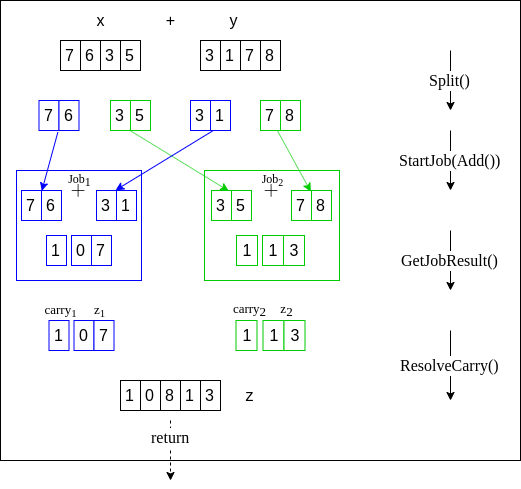
Earlier version of the draw.io export src/resources/img/ch-3/add-example.png (rezaramadhan/ta-latex). Source tidied: cells renumbered, new cells last; positions are measured from the earlier drawing's top-left corner, leaving out a move shared by most shapes.
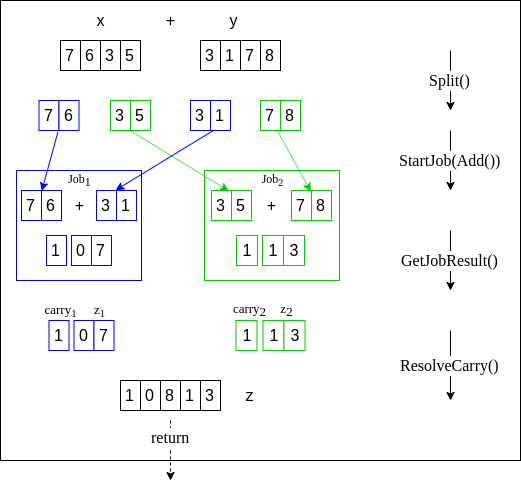
After the commit.

Commit message:
Add example for mul-normal, change listofalgorithms name

Diff of the diagram source:
```diff
@@ -89,12 +89,6 @@
     <mxCell id="29" value="8" style="rounded=0;whiteSpace=wrap;html=1;fontSize=16;strokeColor=#00CC00;" parent="1" vertex="1">
       <mxGeometry x="311" y="190" width="20" height="30" as="geometry" />
     </mxCell>
-    <mxCell id="30" value="$$+$$" style="text;html=1;strokeColor=none;fillColor=none;align=center;verticalAlign=middle;whiteSpace=wrap;rounded=0;fontSize=16;" parent="1" vertex="1">
-      <mxGeometry x="58.5" y="195" width="40" height="20" as="geometry" />
-    </mxCell>
-    <mxCell id="31" value="$$+$$" style="text;html=1;strokeColor=none;fillColor=none;align=center;verticalAlign=middle;whiteSpace=wrap;rounded=0;fontSize=16;direction=south;" parent="1" vertex="1">
-      <mxGeometry x="261" y="185" width="20" height="40" as="geometry" />
-    </mxCell>
     <mxCell id="32" value="StartJob(Add())" style="endArrow=classic;fontFamily=Georgia;fontSize=16;html=1;" parent="1" edge="1">
       <mxGeometry relative="1" as="geometry">
         <mxPoint x="450" y="130" as="sourcePoint" />
@@ -221,5 +215,11 @@
     <mxCell id="69" value="1" style="rounded=0;whiteSpace=wrap;html=1;fontSize=16;strokeColor=#000000;" parent="1" vertex="1">
       <mxGeometry x="120" y="380" width="20" height="30" as="geometry" />
     </mxCell>
+    <mxCell id="70" value="+" style="text;html=1;strokeColor=none;fillColor=none;align=center;verticalAlign=middle;whiteSpace=wrap;rounded=0;fontSize=16;" parent="1" vertex="1">
+      <mxGeometry x="251" y="195" width="40" height="20" as="geometry" />
+    </mxCell>
+    <mxCell id="71" value="+" style="text;html=1;strokeColor=none;fillColor=none;align=center;verticalAlign=middle;whiteSpace=wrap;rounded=0;fontSize=16;" parent="1" vertex="1">
+      <mxGeometry x="58.5" y="195" width="40" height="20" as="geometry" />
+    </mxCell>
   </root>
 </mxGraphModel>
```
